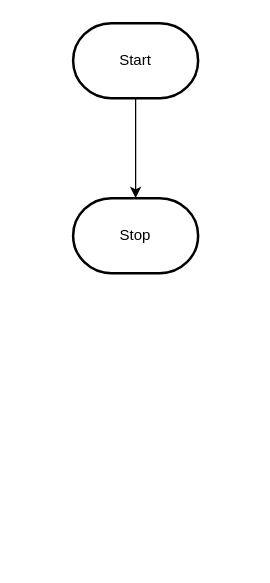
This is design/flowchart.drawio from MTHS-ICS2O-2-2022/ICS2O-Unit-3-03-timbradyy, a draw.io file, before an edit. Source tidied: cells renumbered, new cells numbered last; positions are measured from the earlier drawing's top-left corner, leaving out a move shared by most shapes. Both pictures are drawn from the tidied source at 125%, with x=0, y=0 at pixel (72, 22).
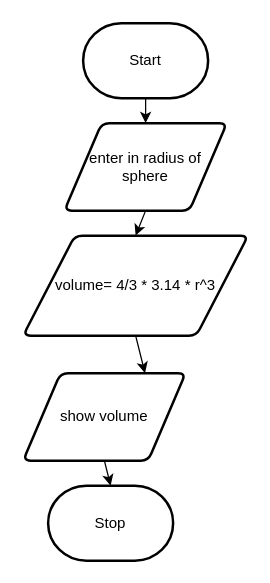
The same page after the edit.

What changed in the source:
```diff
@@
 <mxGraphModel>
   <root>
     <mxCell id="0" />
     <mxCell id="1" parent="0" />
-    <mxCell id="2" style="edgeStyle=orthogonalEdgeStyle;html=1;rounded=0;" parent="1" edge="1" source="3" target="4">
+    <mxCell id="2" style="edgeStyle=none;html=1;exitX=0.5;exitY=1;exitDx=0;exitDy=0;exitPerimeter=0;entryX=0.5;entryY=0;entryDx=0;entryDy=0;" parent="1" edge="1" source="3" target="6">
       <mxGeometry relative="1" as="geometry" />
     </mxCell>
     <mxCell id="3" value="Start" style="strokeWidth=2;html=1;shape=mxgraph.flowchart.terminator;whiteSpace=wrap;" parent="1" vertex="1">
-      <mxGeometry width="100" height="60" as="geometry" />
+      <mxGeometry x="8" width="100" height="60" as="geometry" />
     </mxCell>
     <mxCell id="4" value="Stop" style="strokeWidth=2;html=1;shape=mxgraph.flowchart.terminator;whiteSpace=wrap;" parent="1" vertex="1">
-      <mxGeometry y="140" width="100" height="60" as="geometry" />
+      <mxGeometry x="-20" y="370" width="100" height="60" as="geometry" />
     </mxCell>
+    <mxCell id="5" style="edgeStyle=none;html=1;exitX=0.5;exitY=1;exitDx=0;exitDy=0;entryX=0.5;entryY=0;entryDx=0;entryDy=0;" parent="1" edge="1" source="6" target="8">
+      <mxGeometry relative="1" as="geometry" />
+    </mxCell>
+    <mxCell id="6" value="enter in radius of sphere" style="shape=parallelogram;html=1;strokeWidth=2;perimeter=parallelogramPerimeter;whiteSpace=wrap;rounded=1;arcSize=12;size=0.23;" parent="1" vertex="1">
+      <mxGeometry x="-7" y="80" width="130" height="70" as="geometry" />
+    </mxCell>
+    <mxCell id="7" style="edgeStyle=none;html=1;exitX=0.5;exitY=1;exitDx=0;exitDy=0;entryX=0.75;entryY=0;entryDx=0;entryDy=0;" parent="1" edge="1" source="8" target="10">
+      <mxGeometry relative="1" as="geometry" />
+    </mxCell>
+    <mxCell id="8" value="volume= 4/3 * 3.14 * r^3" style="shape=parallelogram;html=1;strokeWidth=2;perimeter=parallelogramPerimeter;whiteSpace=wrap;rounded=1;arcSize=12;size=0.23;" parent="1" vertex="1">
+      <mxGeometry x="-40" y="170" width="180" height="80" as="geometry" />
+    </mxCell>
+    <mxCell id="9" style="edgeStyle=none;html=1;exitX=0.5;exitY=1;exitDx=0;exitDy=0;entryX=0.5;entryY=0;entryDx=0;entryDy=0;entryPerimeter=0;" parent="1" edge="1" source="10" target="4">
+      <mxGeometry relative="1" as="geometry" />
+    </mxCell>
+    <mxCell id="10" value="show volume" style="shape=parallelogram;html=1;strokeWidth=2;perimeter=parallelogramPerimeter;whiteSpace=wrap;rounded=1;arcSize=12;size=0.23;" parent="1" vertex="1">
+      <mxGeometry x="-40" y="280" width="130" height="70" as="geometry" />
+    </mxCell>
   </root>
 </mxGraphModel>
```
